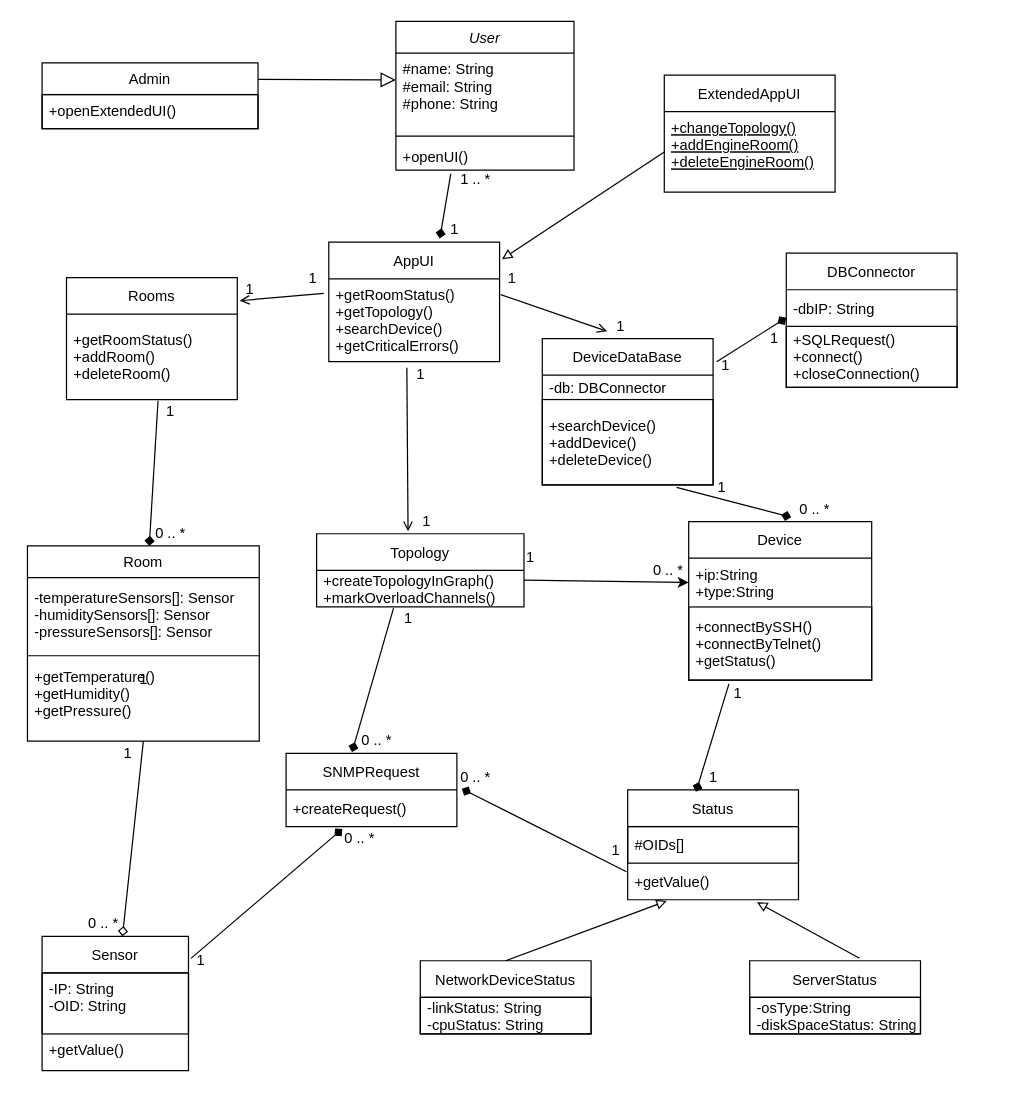
This is Diagram2.drawio from sophiiako/unik, a draw.io file, before an edit. Source tidied: cells renumbered, new cells numbered last; positions are measured from the earlier drawing's top-left corner, leaving out a move shared by most shapes. Both pictures are drawn from the tidied source at 122%, with x=0, y=0 at pixel (27, 21).
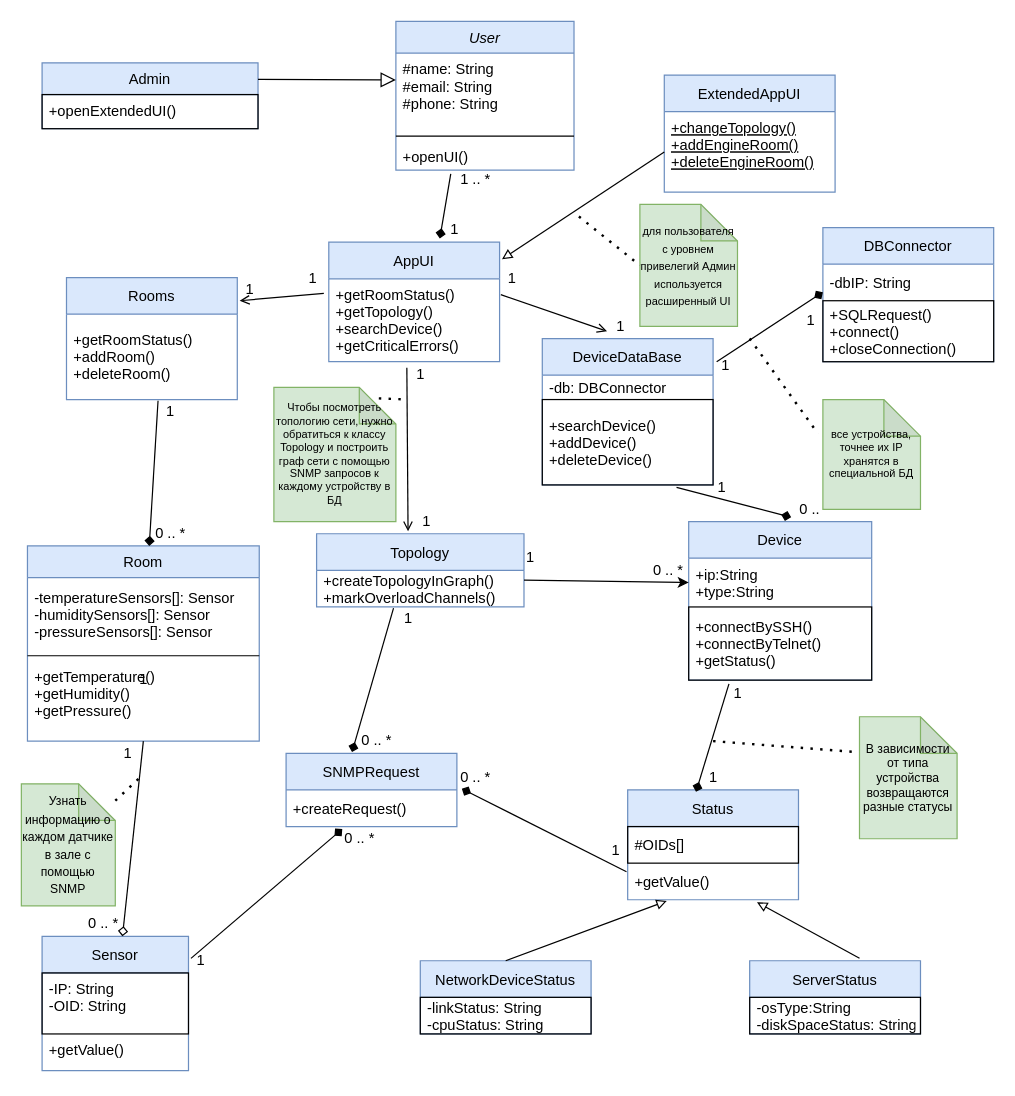
The same diagram, later.

The edit, as a diff of the source:
```diff
@@
-    <mxCell id="2" value="User" style="swimlane;fontStyle=2;align=center;verticalAlign=top;horizontal=1;startSize=26;rounded=0;shadow=0;strokeWidth=1;" parent="1" vertex="1">
+    <mxCell id="2" value="User" style="swimlane;fontStyle=2;align=center;verticalAlign=top;horizontal=1;startSize=26;rounded=0;shadow=0;strokeWidth=1;fillColor=#dae8fc;strokeColor=#6c8ebf;" parent="1" vertex="1">
       <mxGeometry x="302" width="146" height="122" as="geometry" />
     </mxCell>
@@
-    <mxCell id="6" value="Admin" style="swimlane;fontStyle=0;align=center;verticalAlign=top;horizontal=1;startSize=26;rounded=0;shadow=0;strokeWidth=1;" parent="1" vertex="1">
+    <mxCell id="6" value="Admin" style="swimlane;fontStyle=0;align=center;verticalAlign=top;horizontal=1;startSize=26;rounded=0;shadow=0;strokeWidth=1;fillColor=#dae8fc;strokeColor=#6c8ebf;" parent="1" vertex="1">
       <mxGeometry x="12" y="34" width="177" height="54" as="geometry" />
     </mxCell>
@@
-    <mxCell id="9" value="Room" style="swimlane;fontStyle=0;align=center;verticalAlign=top;horizontal=1;startSize=26;rounded=0;shadow=0;strokeWidth=1;" parent="1" vertex="1">
+    <mxCell id="9" value="Room" style="swimlane;fontStyle=0;align=center;verticalAlign=top;horizontal=1;startSize=26;rounded=0;shadow=0;strokeWidth=1;fillColor=#dae8fc;strokeColor=#6c8ebf;" parent="1" vertex="1">
       <mxGeometry y="430" width="190" height="160" as="geometry" />
     </mxCell>
@@
-    <mxCell id="13" value="Topology" style="swimlane;fontStyle=0;horizontal=1;startSize=30;" parent="1" vertex="1">
+    <mxCell id="13" value="Topology" style="swimlane;fontStyle=0;horizontal=1;startSize=30;fillColor=#dae8fc;strokeColor=#6c8ebf;" parent="1" vertex="1">
       <mxGeometry x="237" y="420" width="170" height="60" as="geometry" />
     </mxCell>
@@
-    <mxCell id="15" value="Device" style="swimlane;fontStyle=0;horizontal=1;startSize=30;" parent="1" vertex="1">
+    <mxCell id="15" value="Device" style="swimlane;fontStyle=0;horizontal=1;startSize=30;fillColor=#dae8fc;strokeColor=#6c8ebf;" parent="1" vertex="1">
       <mxGeometry x="542" y="410" width="150" height="130" as="geometry" />
     </mxCell>
@@
-    <mxCell id="19" value="Rooms" style="swimlane;fontStyle=0;horizontal=1;startSize=30;" parent="1" vertex="1">
+    <mxCell id="19" value="Rooms" style="swimlane;fontStyle=0;horizontal=1;startSize=30;fillColor=#dae8fc;strokeColor=#6c8ebf;" parent="1" vertex="1">
       <mxGeometry x="32" y="210" width="140" height="100" as="geometry" />
     </mxCell>
@@
-    <mxCell id="22" value="DeviceDataBase" style="swimlane;fontStyle=0;horizontal=1;startSize=30;" parent="1" vertex="1">
+    <mxCell id="22" value="DeviceDataBase" style="swimlane;fontStyle=0;horizontal=1;startSize=30;fillColor=#dae8fc;strokeColor=#6c8ebf;" parent="1" vertex="1">
       <mxGeometry x="422" y="260" width="140" height="120" as="geometry" />
     </mxCell>
@@
-    <mxCell id="25" value="SNMPRequest" style="swimlane;fontStyle=0;horizontal=1;startSize=30;" parent="1" vertex="1">
+    <mxCell id="25" value="SNMPRequest" style="swimlane;fontStyle=0;horizontal=1;startSize=30;fillColor=#dae8fc;strokeColor=#6c8ebf;" parent="1" vertex="1">
       <mxGeometry x="212" y="600" width="140" height="60" as="geometry" />
     </mxCell>
@@
-    <mxCell id="29" value="Status" style="swimlane;fontStyle=0;horizontal=1;startSize=30;strokeColor=default;" parent="1" vertex="1">
+    <mxCell id="29" value="Status" style="swimlane;fontStyle=0;horizontal=1;startSize=30;strokeColor=#6c8ebf;fillColor=#dae8fc;" parent="1" vertex="1">
       <mxGeometry x="492" y="630" width="140" height="90" as="geometry" />
     </mxCell>
@@
-    <mxCell id="36" value="NetworkDeviceStatus" style="swimlane;fontStyle=0;horizontal=1;startSize=30;strokeColor=default;" parent="1" vertex="1">
+    <mxCell id="36" value="NetworkDeviceStatus" style="swimlane;fontStyle=0;horizontal=1;startSize=30;strokeColor=#6c8ebf;fillColor=#dae8fc;" parent="1" vertex="1">
       <mxGeometry x="322" y="770" width="140" height="60" as="geometry" />
     </mxCell>
@@
-    <mxCell id="38" value="ServerStatus" style="swimlane;fontStyle=0;horizontal=1;startSize=30;strokeColor=default;" parent="1" vertex="1">
+    <mxCell id="38" value="ServerStatus" style="swimlane;fontStyle=0;horizontal=1;startSize=30;strokeColor=#6c8ebf;fillColor=#dae8fc;" parent="1" vertex="1">
       <mxGeometry x="592" y="770" width="140" height="60" as="geometry" />
     </mxCell>
@@
-    <mxCell id="43" value="Sensor" style="swimlane;fontStyle=0;horizontal=1;startSize=30;strokeColor=default;" parent="1" vertex="1">
+    <mxCell id="43" value="Sensor" style="swimlane;fontStyle=0;horizontal=1;startSize=30;strokeColor=#6c8ebf;fillColor=#dae8fc;" parent="1" vertex="1">
       <mxGeometry x="12" y="750" width="120" height="110" as="geometry" />
     </mxCell>
@@
-    <mxCell id="49" value="AppUI" style="swimlane;fontStyle=0;horizontal=1;startSize=30;strokeColor=default;" parent="1" vertex="1">
+    <mxCell id="49" value="AppUI" style="swimlane;fontStyle=0;horizontal=1;startSize=30;strokeColor=#6c8ebf;fillColor=#dae8fc;" parent="1" vertex="1">
       <mxGeometry x="247" y="181" width="140" height="98" as="geometry" />
     </mxCell>
@@
-    <mxCell id="51" value="ExtendedAppUI" style="swimlane;fontStyle=0;horizontal=1;startSize=30;strokeColor=default;" parent="1" vertex="1">
+    <mxCell id="51" value="ExtendedAppUI" style="swimlane;fontStyle=0;horizontal=1;startSize=30;strokeColor=#6c8ebf;fillColor=#dae8fc;" parent="1" vertex="1">
       <mxGeometry x="522" y="44" width="140" height="96" as="geometry" />
     </mxCell>
@@
-    <mxCell id="67" value="DBConnector" style="swimlane;fontStyle=0;horizontal=1;startSize=30;strokeColor=default;" parent="1" vertex="1">
-      <mxGeometry x="622" y="190" width="140" height="110" as="geometry" />
+    <mxCell id="67" value="DBConnector" style="swimlane;fontStyle=0;horizontal=1;startSize=30;strokeColor=#6c8ebf;fillColor=#dae8fc;" parent="1" vertex="1">
+      <mxGeometry x="652" y="169" width="140" height="110" as="geometry" />
     </mxCell>
@@
     <mxCell id="72" value="1" style="text;html=1;align=center;verticalAlign=middle;strokeColor=none;fillColor=none;" parent="1" vertex="1">
-      <mxGeometry x="602" y="250" width="20" height="20" as="geometry" />
+      <mxGeometry x="632" y="235" width="20" height="20" as="geometry" />
     </mxCell>
@@
+    <mxCell id="85" value="&lt;font style=&quot;font-size: 10px&quot;&gt;Узнать информацию о каждом датчике в зале с помощью SNMP&lt;/font&gt;" style="shape=note;whiteSpace=wrap;html=1;backgroundOutline=1;darkOpacity=0.05;strokeColor=#82b366;fillColor=#d5e8d4;" parent="1" vertex="1">
+      <mxGeometry x="-5" y="625" width="77" height="100" as="geometry" />
+    </mxCell>
+    <mxCell id="86" value="&lt;font style=&quot;font-size: 9px&quot;&gt;для пользователя с уровнем привелегий Админ используется расширенный UI&lt;/font&gt;" style="shape=note;whiteSpace=wrap;html=1;backgroundOutline=1;darkOpacity=0.05;strokeColor=#82b366;fillColor=#d5e8d4;" parent="1" vertex="1">
+      <mxGeometry x="502" y="150" width="80" height="100" as="geometry" />
+    </mxCell>
+    <mxCell id="87" style="endArrow=none;dashed=1;html=1;dashPattern=1 3;strokeWidth=2;rounded=0;fontSize=9;entryX=0;entryY=0.5;entryDx=0;entryDy=0;entryPerimeter=0;" parent="1" edge="1" target="86">
+      <mxGeometry relative="1" as="geometry">
+        <mxPoint x="452" y="160" as="sourcePoint" />
+      </mxGeometry>
+    </mxCell>
+    <mxCell id="88" value="Чтобы посмотреть топологию сети, нужно обратиться к классу Topology и построить граф сети с помощью SNMP запросов к каждому устройству в БД" style="shape=note;whiteSpace=wrap;html=1;backgroundOutline=1;darkOpacity=0.05;fontSize=9;strokeColor=#82b366;fillColor=#d5e8d4;" parent="1" vertex="1">
+      <mxGeometry x="202" y="300" width="100" height="110" as="geometry" />
+    </mxCell>
+    <mxCell id="89" style="endArrow=none;dashed=1;html=1;dashPattern=1 3;strokeWidth=2;rounded=0;fontSize=9;exitX=0.86;exitY=0.082;exitDx=0;exitDy=0;exitPerimeter=0;" parent="1" edge="1" source="88">
+      <mxGeometry relative="1" as="geometry">
+        <mxPoint x="312" y="310" as="targetPoint" />
+      </mxGeometry>
+    </mxCell>
+    <mxCell id="90" value="все устройства, точнее их IP хранятся в специальной БД" style="shape=note;whiteSpace=wrap;html=1;backgroundOutline=1;darkOpacity=0.05;fontSize=9;strokeColor=#82b366;fillColor=#d5e8d4;" parent="1" vertex="1">
+      <mxGeometry x="652" y="310" width="80" height="90" as="geometry" />
+    </mxCell>
+    <mxCell id="91" style="endArrow=none;dashed=1;html=1;dashPattern=1 3;strokeWidth=2;rounded=0;fontSize=9;entryX=-0.05;entryY=0.311;entryDx=0;entryDy=0;entryPerimeter=0;" parent="1" edge="1" target="90">
+      <mxGeometry relative="1" as="geometry">
+        <mxPoint x="592" y="260" as="sourcePoint" />
+      </mxGeometry>
+    </mxCell>
+    <mxCell id="92" style="endArrow=none;dashed=1;html=1;dashPattern=1 3;strokeWidth=2;rounded=0;fontSize=9;" parent="1" edge="1" source="85">
+      <mxGeometry relative="1" as="geometry">
+        <mxPoint x="92" y="620" as="targetPoint" />
+      </mxGeometry>
+    </mxCell>
+    <mxCell id="93" value="В зависимости от типа устройства возвращаются разные статусы" style="shape=note;whiteSpace=wrap;html=1;backgroundOutline=1;darkOpacity=0.05;fontSize=10;strokeColor=#82b366;fillColor=#d5e8d4;" parent="1" vertex="1">
+      <mxGeometry x="682" y="570" width="80" height="100" as="geometry" />
+    </mxCell>
+    <mxCell id="94" style="endArrow=none;dashed=1;html=1;dashPattern=1 3;strokeWidth=2;rounded=0;fontSize=10;entryX=-0.025;entryY=0.29;entryDx=0;entryDy=0;entryPerimeter=0;" parent="1" edge="1" target="93">
+      <mxGeometry relative="1" as="geometry">
+        <mxPoint x="562" y="590" as="sourcePoint" />
+      </mxGeometry>
+    </mxCell>
```
